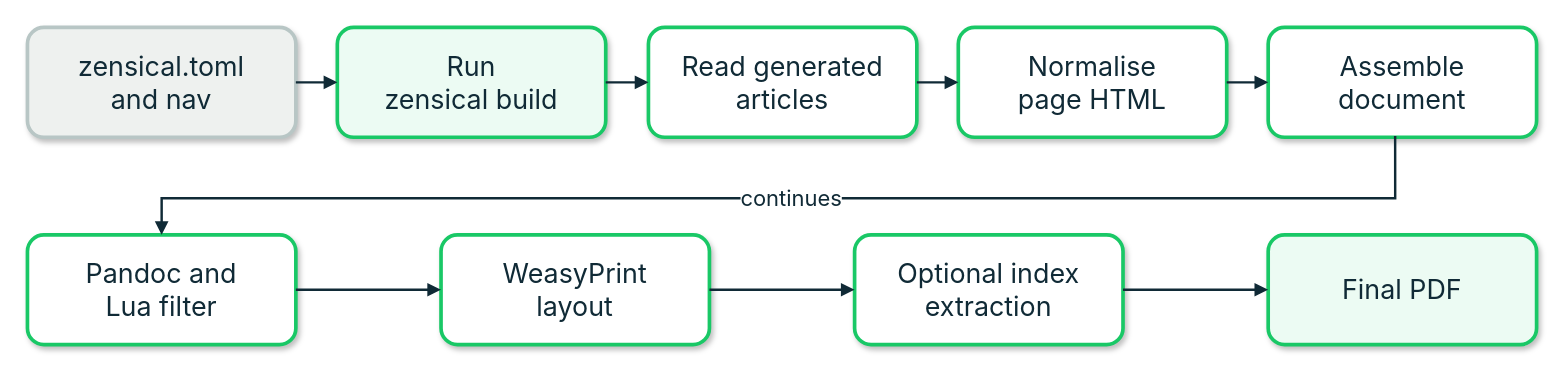
buckwem/prodockit-extensions keeps this draw.io diagram as tools/documentation-diagrams/33.1-pdf-pipeline.drawio. Above is the earlier version. Source tidied: cells renumbered, new cells numbered last; positions are measured from the earlier drawing's top-left corner, leaving out a move shared by most shapes. Both pictures are drawn from the tidied source at 122%, with x=0, y=0 at pixel (27, 27).
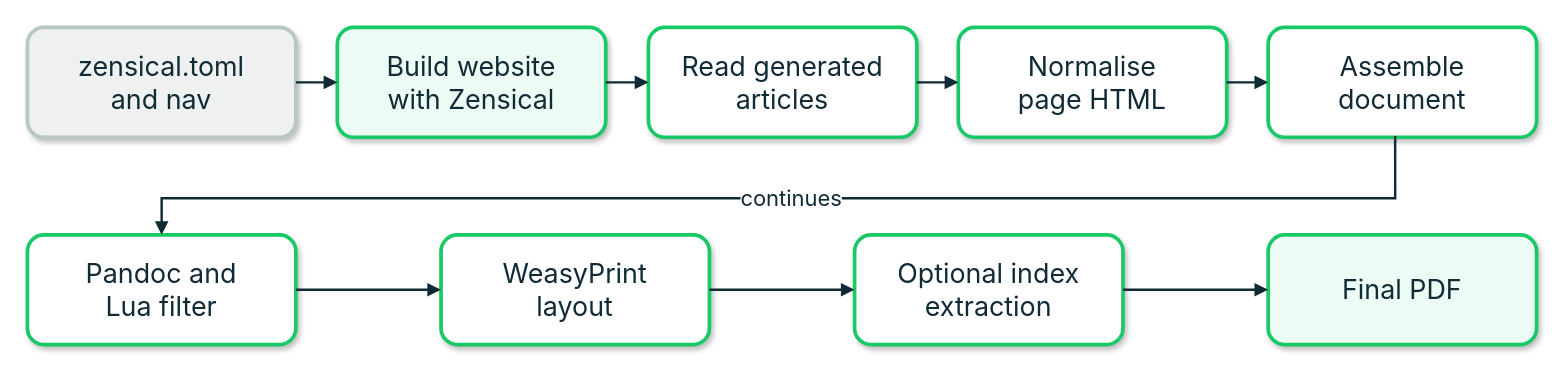
The same diagram, later.

Diff of the diagram source:
```diff
@@
-    <mxCell id="3" value="Run&lt;br&gt;zensical build" style="rounded=1;whiteSpace=wrap;html=1;fillColor=#ecfbf3;strokeColor=#19c866;strokeWidth=3;fontColor=#102a36;fontSize=22;fontFamily=Inter;shadow=1;" parent="1" vertex="1">
+    <mxCell id="3" value="Build website&lt;br&gt;with Zensical" style="rounded=1;whiteSpace=wrap;html=1;fillColor=#ecfbf3;strokeColor=#19c866;strokeWidth=3;fontColor=#102a36;fontSize=22;fontFamily=Inter;shadow=1;" parent="1" vertex="1">
       <mxGeometry x="254" width="220" height="90" as="geometry" />
     </mxCell>
```
